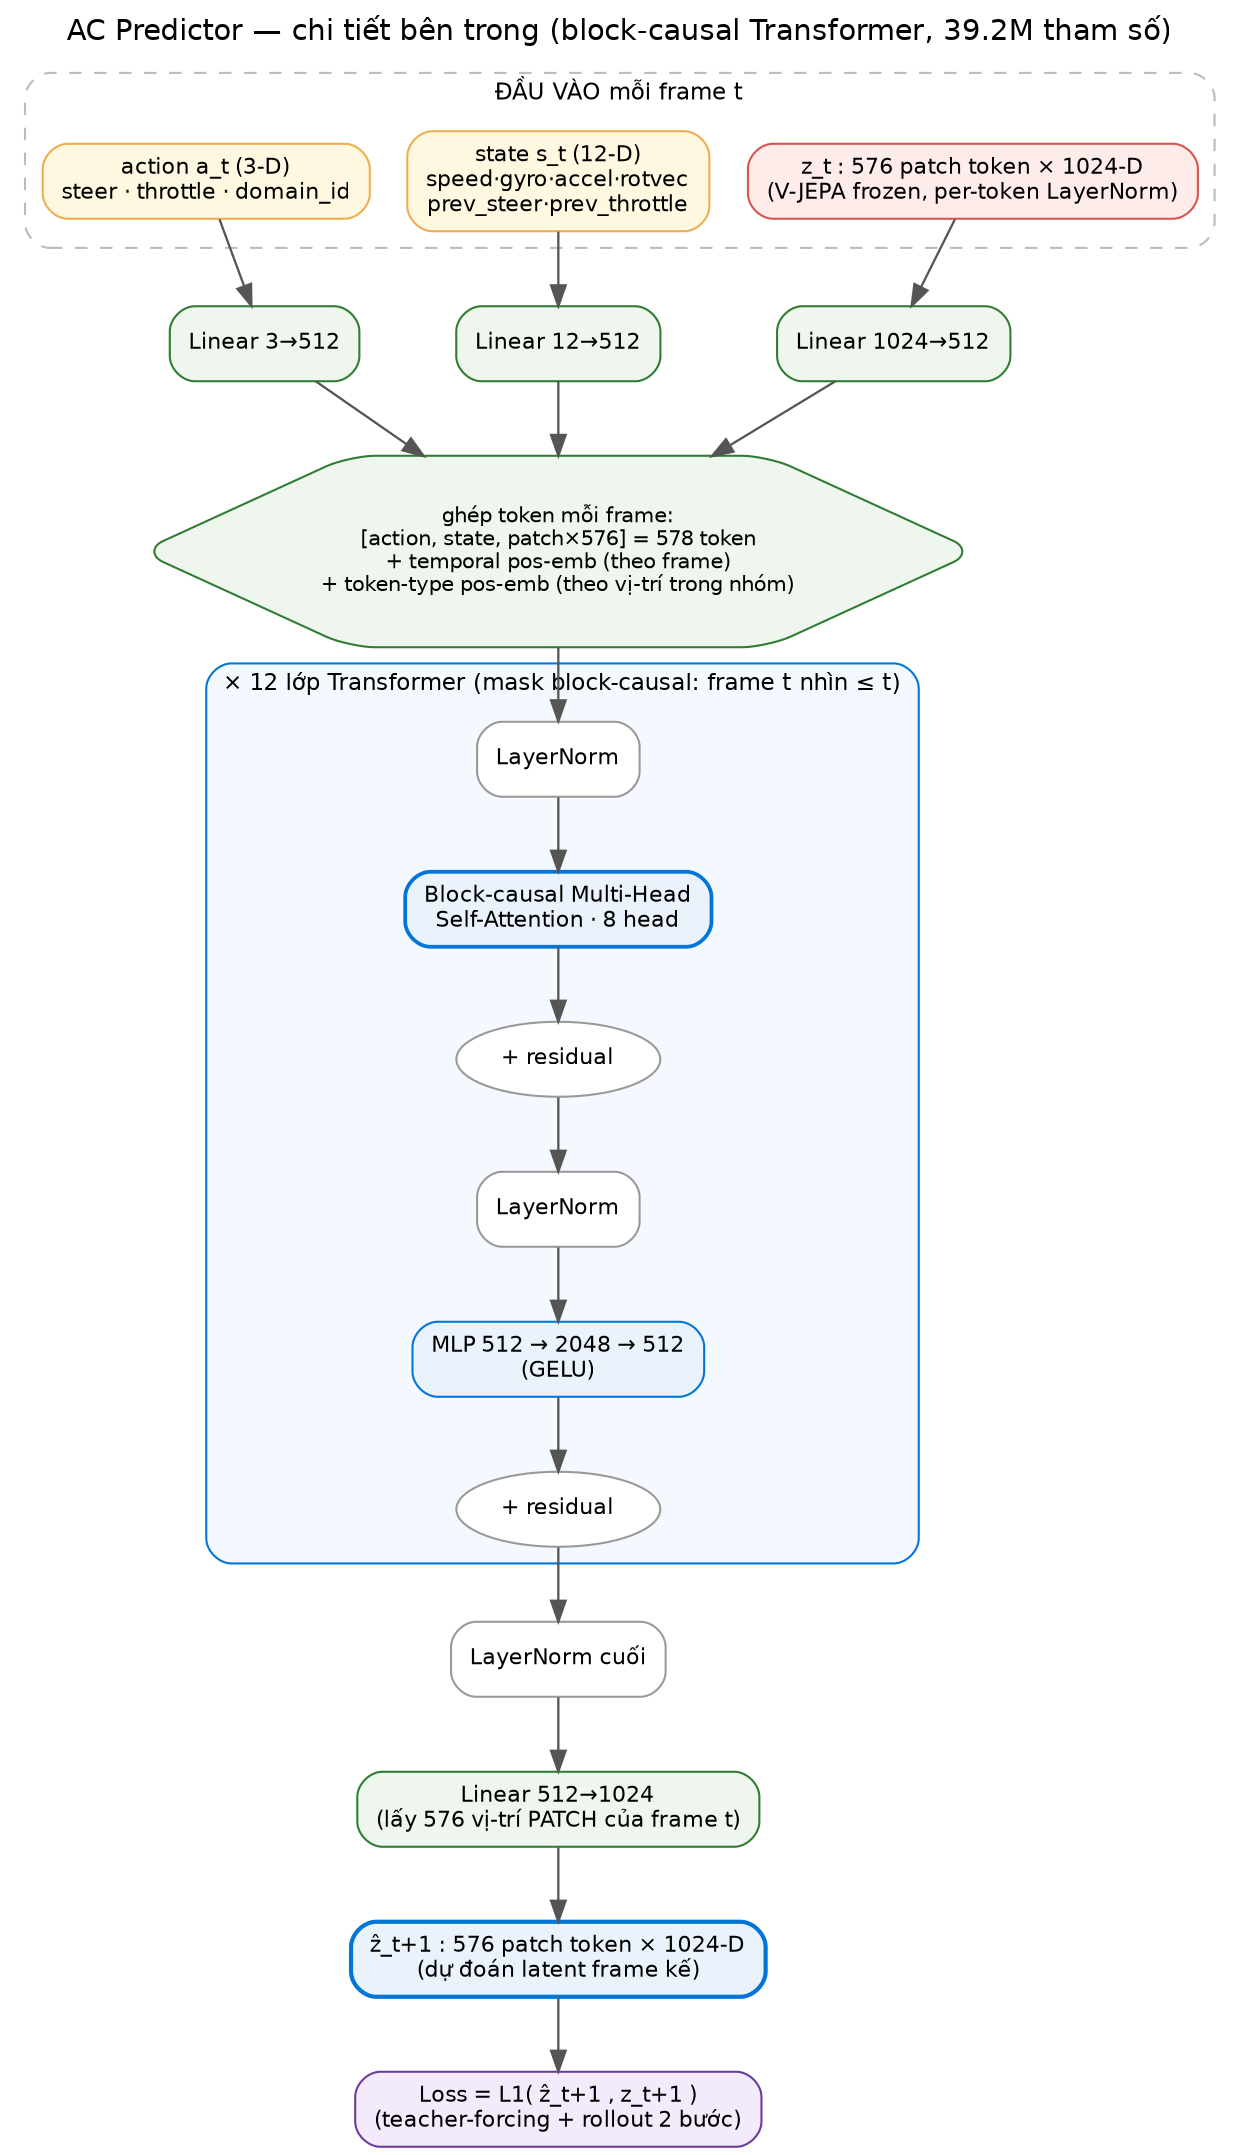
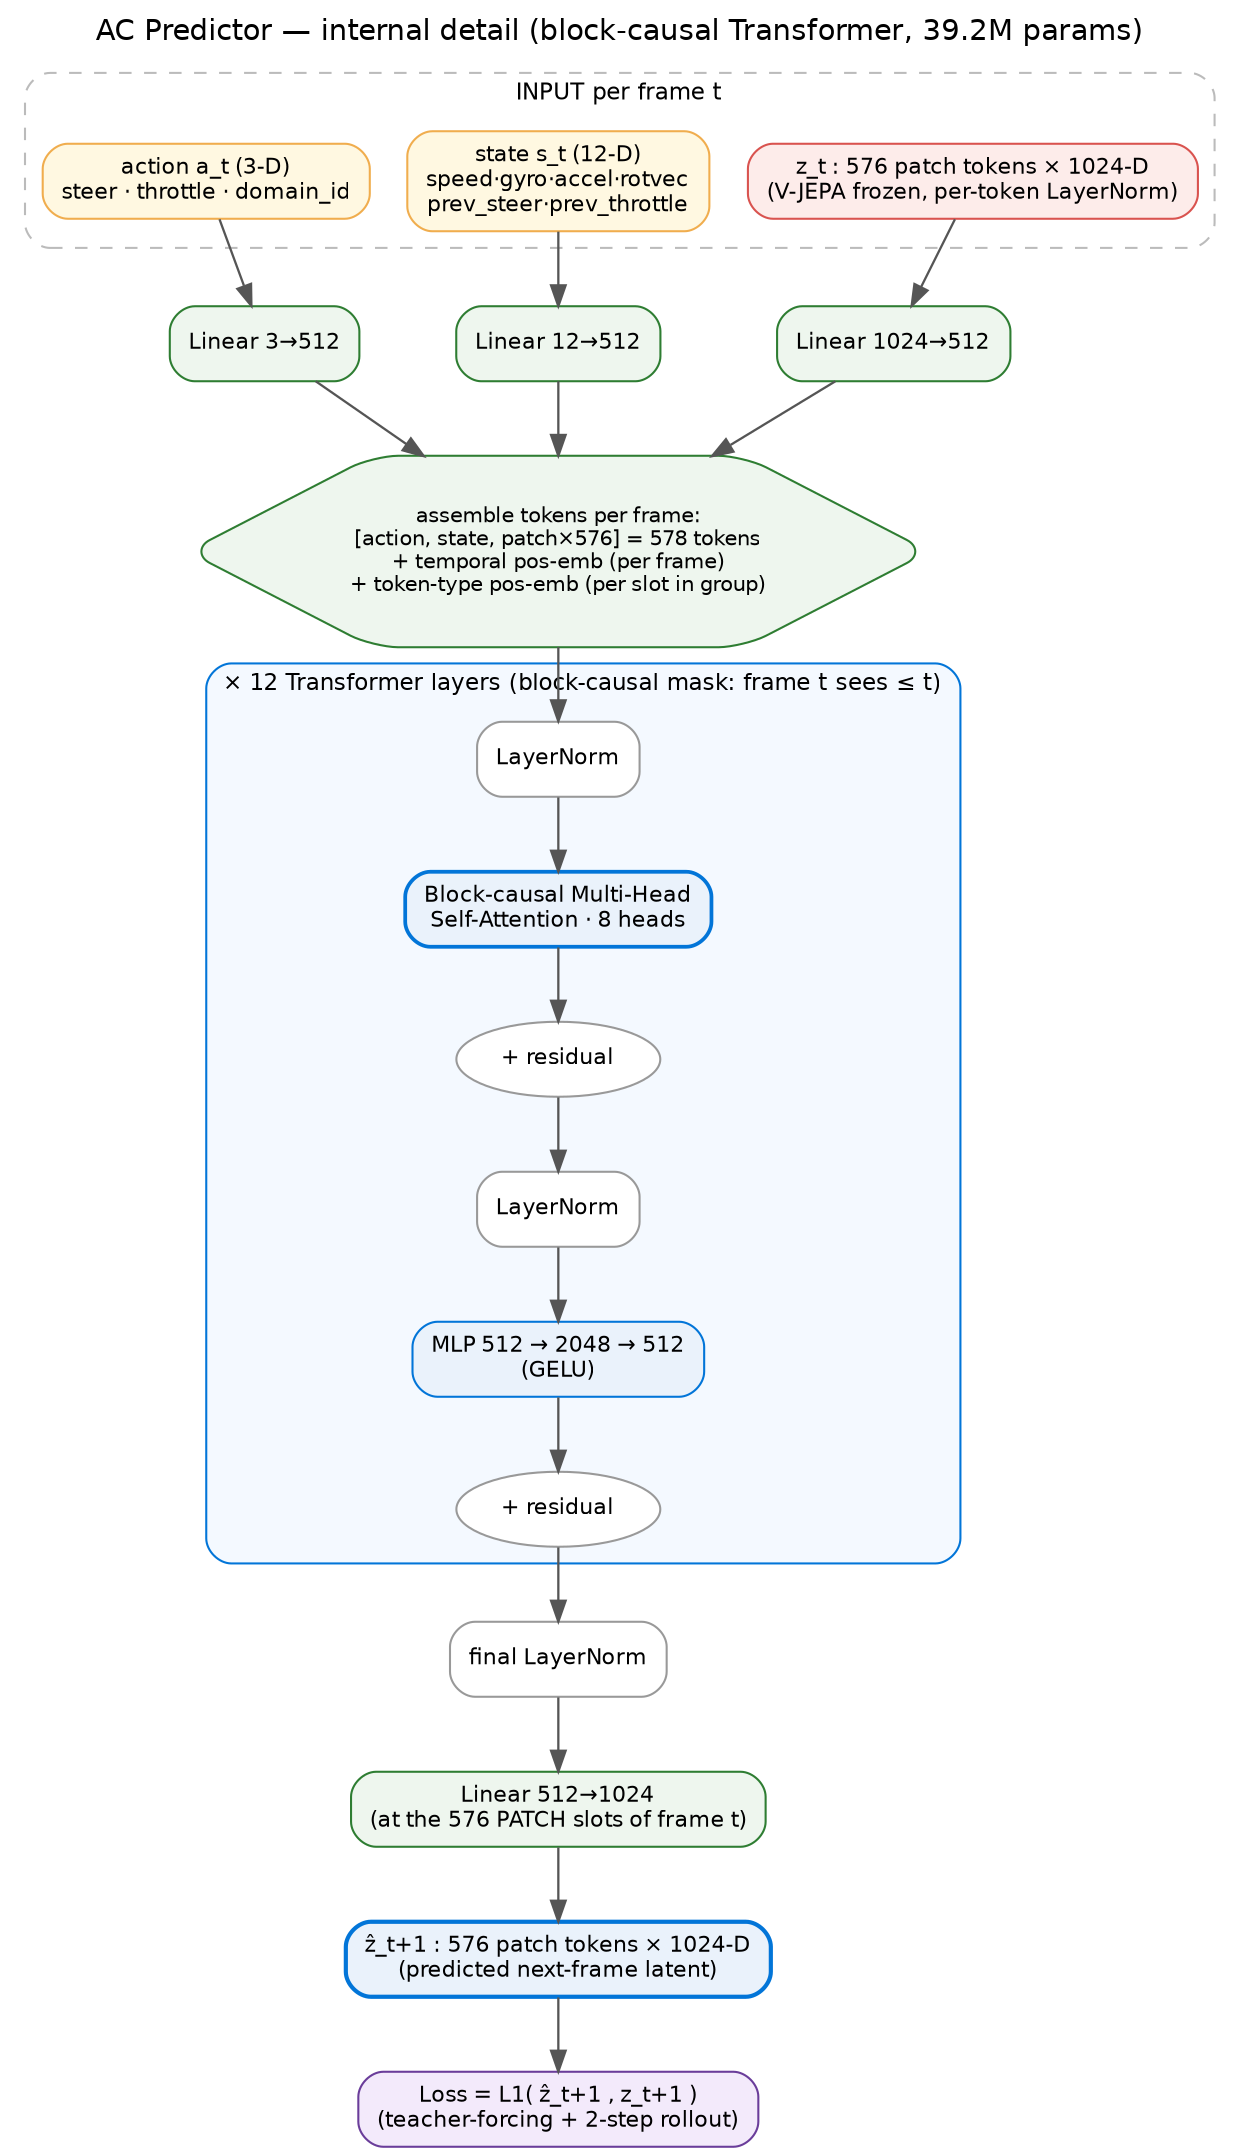
digraph arch_predictor_detail {
  rankdir=TB; bgcolor="white"; fontname="DejaVu Sans"; labelloc="t"; fontsize=14;
-   label="AC Predictor — chi tiết bên trong (block-causal Transformer, 39.2M tham số)";
+   label="AC Predictor — internal detail (block-causal Transformer, 39.2M params)";
  node [shape=box, style="rounded,filled", fontname="DejaVu Sans", fontsize=10.5,
        fillcolor="#ffffff", color="#999999", margin="0.13,0.08"];
  edge [color="#555555", penwidth=1.1];

  // ---- inputs (per frame t) ----
  subgraph cluster_in {
-     label="ĐẦU VÀO mỗi frame t"; style="rounded,dashed"; color="#bbbbbb"; fontsize=11;
+     label="INPUT per frame t"; style="rounded,dashed"; color="#bbbbbb"; fontsize=11;
    A   [label="action a_t (3-D)\nsteer · throttle · domain_id", fillcolor="#fff8e1", color="#f0ad4e"];
    S   [label="state s_t (12-D)\nspeed·gyro·accel·rotvec\nprev_steer·prev_throttle", fillcolor="#fff8e1", color="#f0ad4e"];
-     Z   [label="z_t : 576 patch token × 1024-D\n(V-JEPA frozen, per-token LayerNorm)", fillcolor="#fdecea", color="#d9534f"];
+     Z   [label="z_t : 576 patch tokens × 1024-D\n(V-JEPA frozen, per-token LayerNorm)", fillcolor="#fdecea", color="#d9534f"];
  }

  // ---- linear projections to width P=512 ----
  PA  [label="Linear 3→512", fillcolor="#eef6ee", color="#2e7d32"];
  PS  [label="Linear 12→512", fillcolor="#eef6ee", color="#2e7d32"];
  PZ  [label="Linear 1024→512", fillcolor="#eef6ee", color="#2e7d32"];

  // ---- assemble token sequence ----
-   SEQ [label="ghép token mỗi frame:\n[action, state, patch×576] = 578 token\n+ temporal pos-emb (theo frame)\n+ token-type pos-emb (theo vị-trí trong nhóm)",
+   SEQ [label="assemble tokens per frame:\n[action, state, patch×576] = 578 tokens\n+ temporal pos-emb (per frame)\n+ token-type pos-emb (per slot in group)",
       shape=hexagon, fillcolor="#eef6ee", color="#2e7d32", fontsize=10];

  // ---- transformer block (xN) ----
  subgraph cluster_blk {
-     label="× 12 lớp Transformer (mask block-causal: frame t nhìn ≤ t)";
+     label="× 12 Transformer layers (block-causal mask: frame t sees ≤ t)";
    style="rounded,filled"; fillcolor="#f4f9ff"; color="#0275d8"; fontsize=11;
    LN1 [label="LayerNorm"];
-     ATT [label="Block-causal Multi-Head\nSelf-Attention · 8 head", fillcolor="#eaf2fb", color="#0275d8", penwidth=1.8];
+     ATT [label="Block-causal Multi-Head\nSelf-Attention · 8 heads", fillcolor="#eaf2fb", color="#0275d8", penwidth=1.8];
    AD1 [label="+ residual", shape=ellipse, fillcolor="#ffffff"];
    LN2 [label="LayerNorm"];
    MLP [label="MLP 512 → 2048 → 512\n(GELU)", fillcolor="#eaf2fb", color="#0275d8"];
    AD2 [label="+ residual", shape=ellipse, fillcolor="#ffffff"];
    LN1 -> ATT -> AD1 -> LN2 -> MLP -> AD2;
  }

  // ---- output head ----
-   NRM [label="LayerNorm cuối"];
-   HEAD[label="Linear 512→1024\n(lấy 576 vị-trí PATCH của frame t)", fillcolor="#eef6ee", color="#2e7d32"];
-   OUT [label="ẑ_t+1 : 576 patch token × 1024-D\n(dự đoán latent frame kế)", fillcolor="#eaf2fb", color="#0275d8", penwidth=2.0];
-   LOSS[label="Loss = L1( ẑ_t+1 , z_t+1 )\n(teacher-forcing + rollout 2 bước)", fillcolor="#f3eafb", color="#6a3d9a"];
+   NRM [label="final LayerNorm"];
+   HEAD[label="Linear 512→1024\n(at the 576 PATCH slots of frame t)", fillcolor="#eef6ee", color="#2e7d32"];
+   OUT [label="ẑ_t+1 : 576 patch tokens × 1024-D\n(predicted next-frame latent)", fillcolor="#eaf2fb", color="#0275d8", penwidth=2.0];
+   LOSS[label="Loss = L1( ẑ_t+1 , z_t+1 )\n(teacher-forcing + 2-step rollout)", fillcolor="#f3eafb", color="#6a3d9a"];

  A -> PA; S -> PS; Z -> PZ;
  PA -> SEQ; PS -> SEQ; PZ -> SEQ;
  SEQ -> LN1;
  AD2 -> NRM -> HEAD -> OUT -> LOSS;
}
